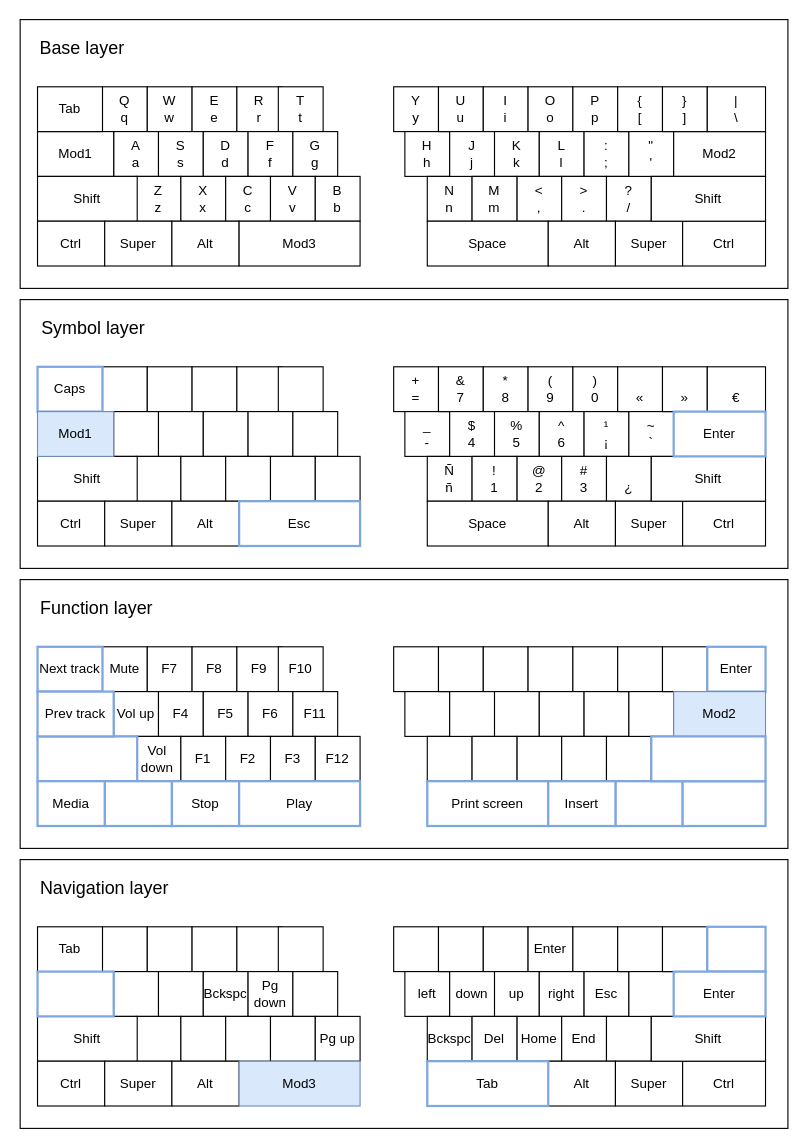
y3ro/p-layers keeps this draw.io diagram as p-layers.drawio. Above is the earlier version. Source tidied: cells renumbered, new cells numbered last; positions are measured from the earlier drawing's top-left corner, leaving out a move shared by most shapes. Both pictures are drawn from the tidied source at 112%, with x=0, y=0 at pixel (19, 19).
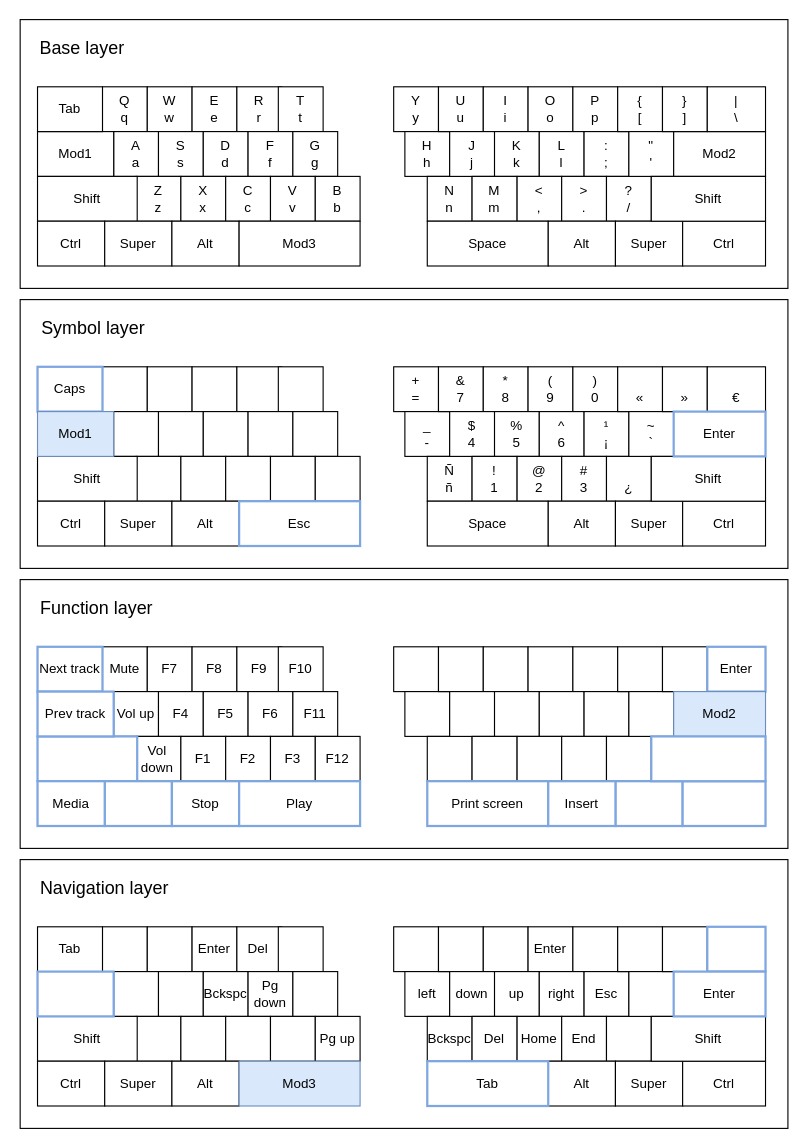
The same diagram, later.

Commit message (it also covers changes not shown here):
Add left-handed "enter" and "delete" combinations

Diff of the diagram source:
```diff
@@
+    <mxCell id="276" value="Enter" style="text;html=1;strokeColor=none;fillColor=none;align=center;verticalAlign=middle;whiteSpace=wrap;rounded=0;" parent="1" vertex="1">
+      <mxGeometry x="144" y="815" width="60" height="30" as="geometry" />
+    </mxCell>
+    <mxCell id="277" value="Del" style="text;html=1;strokeColor=none;fillColor=none;align=center;verticalAlign=middle;whiteSpace=wrap;rounded=0;" parent="1" vertex="1">
+      <mxGeometry x="194" y="815" width="38" height="30" as="geometry" />
+    </mxCell>
```
